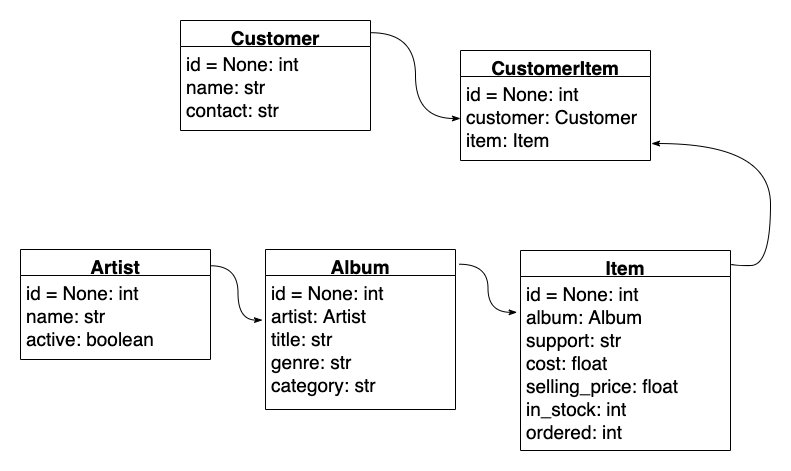
StBinando/week_05-personal_project keeps this draw.io diagram as diagrams/class_diagram.png. Above is the earlier version. Source tidied: cells renumbered, new cells last; positions are measured from the earlier drawing's top-left corner, leaving out a move shared by most shapes.
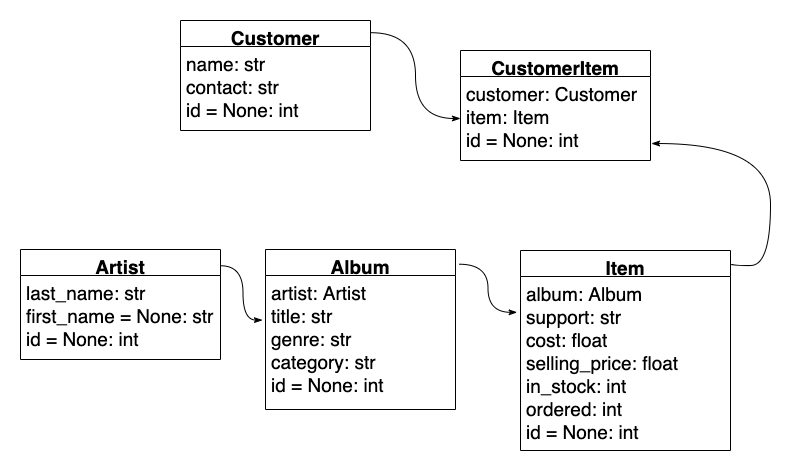
After the commit.

Commit message:
artist name split into first_name and last_name all files and diagrams amended all tests ok

Diff of the diagram source:
```diff
@@ -6,33 +6,33 @@
       <mxGeometry width="790" height="470" as="geometry" />
     </mxCell>
     <mxCell id="3" value="Artist" style="swimlane;fontStyle=1;align=center;verticalAlign=top;horizontal=1;startSize=26;fontSize=19;" parent="1" vertex="1">
-      <mxGeometry x="20" y="249" width="190" height="110" as="geometry" />
+      <mxGeometry x="20" y="249" width="200" height="110" as="geometry" />
     </mxCell>
-    <mxCell id="4" value="id = None: int&#10;name: str&#10;active: boolean" style="text;strokeColor=none;fillColor=none;align=left;verticalAlign=top;spacingLeft=4;spacingRight=4;overflow=hidden;fontSize=19;" parent="3" vertex="1">
-      <mxGeometry y="26" width="190" height="84" as="geometry" />
+    <mxCell id="4" value="last_name: str&#10;first_name = None: str&#10;id = None: int" style="text;strokeColor=none;fillColor=none;align=left;verticalAlign=top;spacingLeft=4;spacingRight=4;overflow=hidden;fontSize=19;" parent="3" vertex="1">
+      <mxGeometry y="26" width="200" height="84" as="geometry" />
     </mxCell>
     <mxCell id="5" value="Album" style="swimlane;fontStyle=1;align=center;verticalAlign=top;horizontal=1;startSize=26;fontSize=19;" parent="1" vertex="1">
       <mxGeometry x="265" y="249" width="190" height="160" as="geometry" />
     </mxCell>
-    <mxCell id="6" value="id = None: int&#10;artist: Artist&#10;title: str&#10;genre: str&#10;category: str" style="text;strokeColor=none;fillColor=none;align=left;verticalAlign=top;spacingLeft=4;spacingRight=4;overflow=hidden;points=[[0,0.5],[1,0.5]];portConstraint=eastwest;fontSize=19;" parent="5" vertex="1">
+    <mxCell id="6" value="artist: Artist&#10;title: str&#10;genre: str&#10;category: str&#10;id = None: int" style="text;strokeColor=none;fillColor=none;align=left;verticalAlign=top;spacingLeft=4;spacingRight=4;overflow=hidden;points=[[0,0.5],[1,0.5]];portConstraint=eastwest;fontSize=19;" parent="5" vertex="1">
       <mxGeometry y="26" width="190" height="134" as="geometry" />
     </mxCell>
     <mxCell id="7" value="Customer" style="swimlane;fontStyle=1;align=center;verticalAlign=top;horizontal=1;startSize=26;fontSize=19;" parent="1" vertex="1">
       <mxGeometry x="180" y="20" width="190" height="110" as="geometry" />
     </mxCell>
-    <mxCell id="8" value="id = None: int&#10;name: str&#10;contact: str" style="text;strokeColor=none;fillColor=none;align=left;verticalAlign=top;spacingLeft=4;spacingRight=4;overflow=hidden;fontSize=19;" parent="7" vertex="1">
+    <mxCell id="8" value="name: str&#10;contact: str&#10;id = None: int" style="text;strokeColor=none;fillColor=none;align=left;verticalAlign=top;spacingLeft=4;spacingRight=4;overflow=hidden;fontSize=19;" parent="7" vertex="1">
       <mxGeometry y="26" width="190" height="84" as="geometry" />
     </mxCell>
     <mxCell id="9" value="CustomerItem" style="swimlane;fontStyle=1;align=center;verticalAlign=top;horizontal=1;startSize=26;fontSize=19;" parent="1" vertex="1">
       <mxGeometry x="460" y="50" width="190" height="110" as="geometry" />
     </mxCell>
-    <mxCell id="10" value="id = None: int&#10;customer: Customer&#10;item: Item" style="text;strokeColor=none;fillColor=none;align=left;verticalAlign=top;spacingLeft=4;spacingRight=4;overflow=hidden;points=[[0,0.5],[1,0.5]];portConstraint=eastwest;fontSize=19;" parent="9" vertex="1">
+    <mxCell id="10" value="customer: Customer&#10;item: Item&#10;id = None: int" style="text;strokeColor=none;fillColor=none;align=left;verticalAlign=top;spacingLeft=4;spacingRight=4;overflow=hidden;points=[[0,0.5],[1,0.5]];portConstraint=eastwest;fontSize=19;" parent="9" vertex="1">
       <mxGeometry y="26" width="190" height="84" as="geometry" />
     </mxCell>
     <mxCell id="11" value="Item" style="swimlane;fontStyle=1;align=center;verticalAlign=top;horizontal=1;startSize=26;fontSize=19;" parent="1" vertex="1">
       <mxGeometry x="520" y="250" width="210" height="200" as="geometry" />
     </mxCell>
-    <mxCell id="12" value="id = None: int&#10;album: Album&#10;support: str&#10;cost: float&#10;selling_price: float&#10;in_stock: int&#10;ordered: int" style="text;strokeColor=none;fillColor=none;align=left;verticalAlign=top;spacingLeft=4;spacingRight=4;overflow=hidden;points=[[0,0.5],[1,0.5]];portConstraint=eastwest;fontSize=19;" parent="11" vertex="1">
+    <mxCell id="12" value="album: Album&#10;support: str&#10;cost: float&#10;selling_price: float&#10;in_stock: int&#10;ordered: int&#10;id = None: int" style="text;strokeColor=none;fillColor=none;align=left;verticalAlign=top;spacingLeft=4;spacingRight=4;overflow=hidden;points=[[0,0.5],[1,0.5]];portConstraint=eastwest;fontSize=19;" parent="11" vertex="1">
       <mxGeometry y="26" width="210" height="174" as="geometry" />
     </mxCell>
     <mxCell id="13" style="edgeStyle=orthogonalEdgeStyle;curved=1;rounded=0;jettySize=auto;html=1;exitX=1.002;exitY=0.148;exitDx=0;exitDy=0;entryX=-0.016;entryY=0.333;entryDx=0;entryDy=0;entryPerimeter=0;fontSize=19;startArrow=none;startFill=0;endArrow=classicThin;endFill=1;exitPerimeter=0;" parent="1" edge="1" source="3" target="6">
```
